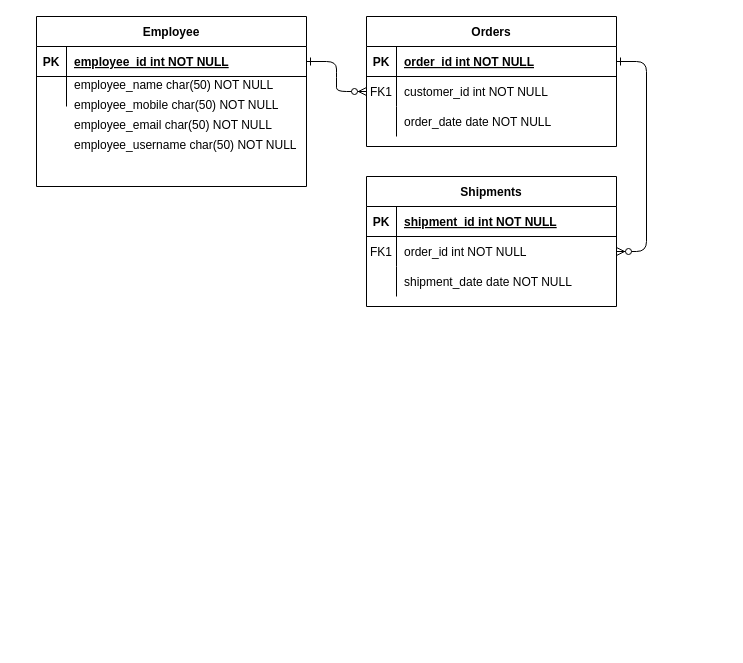
Earlier version of the draw.io diagram Untitled Diagram.drawio (rdazmn/FYP). Source tidied: cells renumbered, new cells numbered last; positions are measured from the earlier drawing's top-left corner, leaving out a move shared by most shapes. Both pictures are drawn from the tidied source at 100%, with x=0, y=0 at pixel (36, 16).
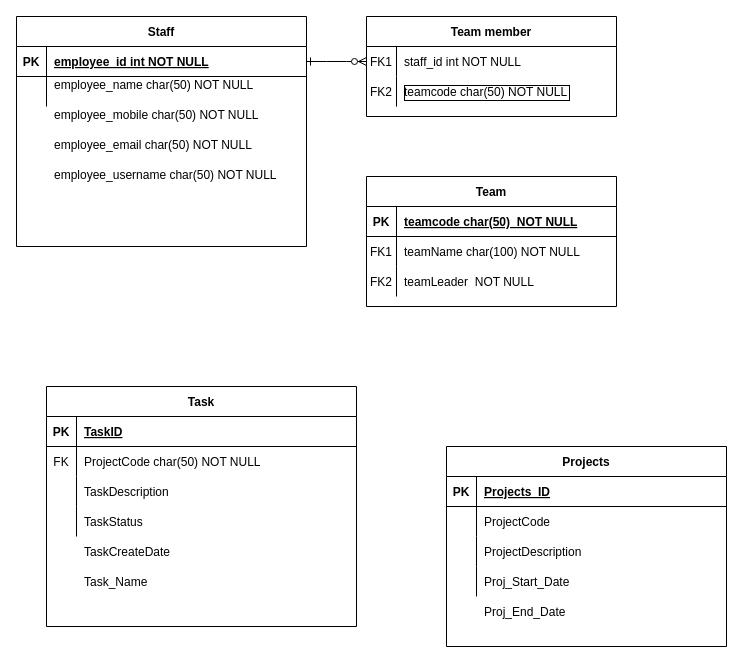
The same diagram, later.

Unchanged cells that the change refers to:
```xml
<mxCell id="15" style="shape=partialRectangle;fillColor=none;top=0;left=0;right=0;bottom=1;" parent="14" vertex="1">
  <mxGeometry y="30" width="250" height="30" as="geometry" />
</mxCell>
<mxCell id="18" style="shape=partialRectangle;fillColor=none;points=[[0,0.5],[1,0.5]];portConstraint=eastwest;top=0;left=0;right=0;bottom=0;" parent="14" vertex="1">
  <mxGeometry y="60" width="250" height="30" as="geometry" />
</mxCell>
<mxCell id="21" style="shape=partialRectangle;fillColor=none;top=0;left=0;right=0;bottom=0;" parent="14" vertex="1">
  <mxGeometry y="90" width="250" height="30" as="geometry" />
</mxCell>
```

What changed in the source:
```diff
@@
-    <mxCell id="3" style="edgeStyle=entityRelationEdgeStyle;endArrow=ERzeroToMany;startArrow=ERone;endFill=1;startFill=0;" parent="1" edge="1" source="5" target="18">
-      <mxGeometry relative="1" as="geometry" />
-    </mxCell>
-    <mxCell id="4" value="Orders" style="shape=table;startSize=30;childLayout=tableLayout;rowLines=0;fontStyle=1;align=center;" parent="1" vertex="1">
-      <mxGeometry x="330" width="250" height="130" as="geometry" />
+    <mxCell id="4" value="Team member" style="shape=table;startSize=30;childLayout=tableLayout;rowLines=0;fontStyle=1;align=center;" parent="1" vertex="1">
+      <mxGeometry x="330" width="250" height="100" as="geometry" />
     </mxCell>
-    <mxCell id="5" style="shape=partialRectangle;fillColor=none;points=[[0,0.5],[1,0.5]];portConstraint=eastwest;top=0;left=0;right=0;bottom=1;" parent="4" vertex="1">
-      <mxGeometry y="30" width="250" height="30" as="geometry" />
-    </mxCell>
-    <mxCell id="6" value="PK" style="shape=partialRectangle;overflow=hidden;fillColor=none;top=0;left=0;bottom=0;right=0;fontStyle=1;" parent="5" vertex="1">
-      <mxGeometry width="30" height="30" as="geometry" />
-    </mxCell>
-    <mxCell id="7" value="order_id int NOT NULL " style="shape=partialRectangle;overflow=hidden;fillColor=none;top=0;left=0;bottom=0;right=0;align=left;spacingLeft=6;fontStyle=5;" parent="5" vertex="1">
-      <mxGeometry x="30" width="220" height="30" as="geometry" />
-    </mxCell>
     <mxCell id="8" style="shape=partialRectangle;fillColor=none;points=[[0,0.5],[1,0.5]];portConstraint=eastwest;top=0;left=0;right=0;bottom=0;" parent="4" vertex="1">
-      <mxGeometry y="60" width="250" height="30" as="geometry" />
+      <mxGeometry y="30" width="250" height="30" as="geometry" />
     </mxCell>
@@
-    <mxCell id="10" value="customer_id int NOT NULL" style="shape=partialRectangle;overflow=hidden;fillColor=none;top=0;left=0;bottom=0;right=0;align=left;spacingLeft=6;" parent="8" vertex="1">
+    <mxCell id="10" value="staff_id int NOT NULL" style="shape=partialRectangle;overflow=hidden;fillColor=none;top=0;left=0;bottom=0;right=0;align=left;spacingLeft=6;" parent="8" vertex="1">
       <mxGeometry x="30" width="220" height="30" as="geometry" />
     </mxCell>
     <mxCell id="11" style="shape=partialRectangle;fillColor=none;top=0;left=0;right=0;bottom=0;" parent="4" vertex="1">
-      <mxGeometry y="90" width="250" height="30" as="geometry" />
+      <mxGeometry y="60" width="250" height="30" as="geometry" />
     </mxCell>
@@
-    <mxCell id="13" value="order_date date NOT NULL" style="shape=partialRectangle;overflow=hidden;fillColor=none;top=0;left=0;bottom=0;right=0;align=left;spacingLeft=6;" parent="11" vertex="1">
+    <mxCell id="13" value="teamcode char(50) NOT NULL" style="shape=partialRectangle;overflow=hidden;fillColor=none;top=0;left=0;bottom=0;right=0;align=left;spacingLeft=6;labelBorderColor=#000000;" parent="11" vertex="1">
       <mxGeometry x="30" width="220" height="30" as="geometry" />
     </mxCell>
-    <mxCell id="14" value="Shipments" style="shape=table;startSize=30;childLayout=tableLayout;rowLines=0;fontStyle=1;align=center;" parent="1" vertex="1">
+    <mxCell id="14" value="Team" style="shape=table;startSize=30;childLayout=tableLayout;rowLines=0;fontStyle=1;align=center;" parent="1" vertex="1">
       <mxGeometry x="330" y="160" width="250" height="130" as="geometry" />
     </mxCell>
@@
-    <mxCell id="17" value="shipment_id int NOT NULL " style="shape=partialRectangle;overflow=hidden;fillColor=none;top=0;left=0;bottom=0;right=0;align=left;spacingLeft=6;fontStyle=5;" parent="15" vertex="1">
+    <mxCell id="17" value="teamcode char(50)  NOT NULL " style="shape=partialRectangle;overflow=hidden;fillColor=none;top=0;left=0;bottom=0;right=0;align=left;spacingLeft=6;fontStyle=5;" parent="15" vertex="1">
       <mxGeometry x="30" width="220" height="30" as="geometry" />
     </mxCell>
@@
-    <mxCell id="20" value="order_id int NOT NULL" style="shape=partialRectangle;overflow=hidden;fillColor=none;top=0;left=0;bottom=0;right=0;align=left;spacingLeft=6;" parent="18" vertex="1">
+    <mxCell id="20" value="teamName char(100) NOT NULL" style="shape=partialRectangle;overflow=hidden;fillColor=none;top=0;left=0;bottom=0;right=0;align=left;spacingLeft=6;" parent="18" vertex="1">
       <mxGeometry x="30" width="220" height="30" as="geometry" />
     </mxCell>
@@
-    <mxCell id="23" value="shipment_date date NOT NULL" style="shape=partialRectangle;overflow=hidden;fillColor=none;top=0;left=0;bottom=0;right=0;align=left;spacingLeft=6;" parent="21" vertex="1">
+    <mxCell id="23" value="teamLeader  NOT NULL" style="shape=partialRectangle;overflow=hidden;fillColor=none;top=0;left=0;bottom=0;right=0;align=left;spacingLeft=6;" parent="21" vertex="1">
       <mxGeometry x="30" width="220" height="30" as="geometry" />
     </mxCell>
-    <mxCell id="24" value="Employee" style="shape=table;startSize=30;childLayout=tableLayout;rowLines=0;fontStyle=1;align=center;" parent="1" vertex="1">
-      <mxGeometry width="270" height="170" as="geometry" />
+    <mxCell id="24" value="Staff" style="shape=table;startSize=30;childLayout=tableLayout;rowLines=0;fontStyle=1;align=center;" parent="1" vertex="1">
+      <mxGeometry x="-20" width="290" height="230" as="geometry" />
     </mxCell>
     <mxCell id="25" style="shape=partialRectangle;fillColor=none;points=[[0,0.5],[1,0.5]];portConstraint=eastwest;top=0;left=0;right=0;bottom=1;" parent="24" vertex="1">
-      <mxGeometry y="30" width="270" height="30" as="geometry" />
+      <mxGeometry y="30" width="290" height="30" as="geometry" />
     </mxCell>
@@
     <mxCell id="27" value="employee_id int NOT NULL " style="shape=partialRectangle;overflow=hidden;fillColor=none;top=0;left=0;bottom=0;right=0;align=left;spacingLeft=6;fontStyle=5;" parent="25" vertex="1">
-      <mxGeometry x="30" width="240" height="30" as="geometry" />
+      <mxGeometry x="30" width="260" height="30" as="geometry" />
     </mxCell>
     <mxCell id="28" style="shape=partialRectangle;fillColor=none;top=0;left=0;right=0;bottom=0;" parent="24" vertex="1">
-      <mxGeometry y="60" width="270" height="30" as="geometry" />
+      <mxGeometry y="60" width="290" height="30" as="geometry" />
     </mxCell>
@@
     <mxCell id="30" value="employee_name char(50) NOT NULL&#10;" style="shape=partialRectangle;overflow=hidden;fillColor=none;top=0;left=0;bottom=0;right=0;align=left;spacingLeft=6;" parent="28" vertex="1">
-      <mxGeometry x="30" width="240" height="30" as="geometry" />
+      <mxGeometry x="30" width="260" height="30" as="geometry" />
     </mxCell>
     <mxCell id="31" value="employee_mobile char(50) NOT NULL&#10;" style="shape=partialRectangle;overflow=hidden;fillColor=none;top=0;left=0;bottom=0;right=0;align=left;spacingLeft=6;" parent="1" vertex="1">
-      <mxGeometry x="30" y="80" width="220" height="30" as="geometry" />
+      <mxGeometry x="10" y="90" width="220" height="30" as="geometry" />
     </mxCell>
     <mxCell id="32" value="employee_email char(50) NOT NULL&#10;" style="shape=partialRectangle;overflow=hidden;fillColor=none;top=0;left=0;bottom=0;right=0;align=left;spacingLeft=6;" parent="1" vertex="1">
-      <mxGeometry x="30" y="100" width="220" height="30" as="geometry" />
+      <mxGeometry x="10" y="120" width="220" height="30" as="geometry" />
     </mxCell>
     <mxCell id="33" value="employee_username char(50) NOT NULL&#10;" style="shape=partialRectangle;overflow=hidden;fillColor=none;top=0;left=0;bottom=0;right=0;align=left;spacingLeft=6;" parent="1" vertex="1">
-      <mxGeometry x="30" y="120" width="230" height="30" as="geometry" />
+      <mxGeometry x="10" y="150" width="230" height="30" as="geometry" />
     </mxCell>
+    <mxCell id="34" value="FK2" style="shape=partialRectangle;overflow=hidden;fillColor=none;top=0;left=0;bottom=0;right=0;" parent="1" vertex="1">
+      <mxGeometry x="330" y="60" width="30" height="30" as="geometry" />
+    </mxCell>
+    <mxCell id="35" value="Task" style="shape=table;startSize=30;childLayout=tableLayout;rowLines=0;fontStyle=1;align=center;" parent="1" vertex="1">
+      <mxGeometry x="10" y="370" width="310" height="240" as="geometry" />
+    </mxCell>
+    <mxCell id="36" style="shape=partialRectangle;fillColor=none;top=0;left=0;bottom=1;right=0;" parent="35" vertex="1">
+      <mxGeometry y="30" width="310" height="30" as="geometry" />
+    </mxCell>
+    <mxCell id="37" value="PK" style="shape=partialRectangle;fillColor=none;top=0;left=0;bottom=0;right=0;fontStyle=1;overflow=hidden;" parent="36" vertex="1">
+      <mxGeometry width="30" height="30" as="geometry" />
+    </mxCell>
+    <mxCell id="38" value="TaskID" style="shape=partialRectangle;fillColor=none;top=0;left=0;bottom=0;right=0;align=left;spacingLeft=6;fontStyle=5;overflow=hidden;" parent="36" vertex="1">
+      <mxGeometry x="30" width="280" height="30" as="geometry" />
+    </mxCell>
+    <mxCell id="39" style="shape=partialRectangle;fillColor=none;top=0;left=0;bottom=0;right=0;" parent="35" vertex="1">
+      <mxGeometry y="60" width="310" height="30" as="geometry" />
+    </mxCell>
+    <mxCell id="40" style="shape=partialRectangle;fillColor=none;top=0;left=0;bottom=0;right=0;overflow=hidden;" parent="39" vertex="1">
+      <mxGeometry width="30" height="30" as="geometry" />
+    </mxCell>
+    <mxCell id="41" value="ProjectCode char(50) NOT NULL " style="shape=partialRectangle;fillColor=none;top=0;left=0;bottom=0;right=0;align=left;spacingLeft=6;overflow=hidden;" parent="39" vertex="1">
+      <mxGeometry x="30" width="280" height="30" as="geometry" />
+    </mxCell>
+    <mxCell id="42" style="shape=partialRectangle;fillColor=none;top=0;left=0;bottom=0;right=0;" parent="35" vertex="1">
+      <mxGeometry y="90" width="310" height="30" as="geometry" />
+    </mxCell>
+    <mxCell id="43" style="shape=partialRectangle;fillColor=none;top=0;left=0;bottom=0;right=0;overflow=hidden;" parent="42" vertex="1">
+      <mxGeometry width="30" height="30" as="geometry" />
+    </mxCell>
+    <mxCell id="44" value="TaskDescription" style="shape=partialRectangle;fillColor=none;top=0;left=0;bottom=0;right=0;align=left;spacingLeft=6;overflow=hidden;" parent="42" vertex="1">
+      <mxGeometry x="30" width="280" height="30" as="geometry" />
+    </mxCell>
+    <mxCell id="45" style="shape=partialRectangle;fillColor=none;top=0;left=0;bottom=0;right=0;" parent="35" vertex="1">
+      <mxGeometry y="120" width="310" height="30" as="geometry" />
+    </mxCell>
+    <mxCell id="46" style="shape=partialRectangle;fillColor=none;top=0;left=0;bottom=0;right=0;overflow=hidden;" parent="45" vertex="1">
+      <mxGeometry width="30" height="30" as="geometry" />
+    </mxCell>
+    <mxCell id="47" value="TaskStatus" style="shape=partialRectangle;fillColor=none;top=0;left=0;bottom=0;right=0;align=left;spacingLeft=6;overflow=hidden;" parent="45" vertex="1">
+      <mxGeometry x="30" width="280" height="30" as="geometry" />
+    </mxCell>
+    <mxCell id="48" value="FK" style="shape=partialRectangle;fillColor=none;top=0;left=0;bottom=0;right=0;fontStyle=0;overflow=hidden;" parent="1" vertex="1">
+      <mxGeometry x="10" y="430" width="30" height="30" as="geometry" />
+    </mxCell>
+    <mxCell id="49" style="shape=partialRectangle;fillColor=none;top=0;left=0;bottom=0;right=0;" parent="1" vertex="1">
+      <mxGeometry x="10" y="520" width="310" height="30" as="geometry" />
+    </mxCell>
+    <mxCell id="50" style="shape=partialRectangle;fillColor=none;top=0;left=0;bottom=0;right=0;overflow=hidden;" parent="49" vertex="1">
+      <mxGeometry width="30" height="30" as="geometry" />
+    </mxCell>
+    <mxCell id="51" value="TaskCreateDate" style="shape=partialRectangle;fillColor=none;top=0;left=0;bottom=0;right=0;align=left;spacingLeft=6;overflow=hidden;" parent="49" vertex="1">
+      <mxGeometry x="30" width="280" height="30" as="geometry" />
+    </mxCell>
+    <mxCell id="52" value="Task_Name" style="shape=partialRectangle;fillColor=none;top=0;left=0;bottom=0;right=0;align=left;spacingLeft=6;overflow=hidden;" parent="1" vertex="1">
+      <mxGeometry x="40" y="550" width="280" height="30" as="geometry" />
+    </mxCell>
+    <mxCell id="53" value="FK2" style="shape=partialRectangle;overflow=hidden;fillColor=none;top=0;left=0;bottom=0;right=0;" parent="1" vertex="1">
+      <mxGeometry x="330" y="250" width="30" height="30" as="geometry" />
+    </mxCell>
+    <mxCell id="54" value="Projects" style="shape=table;startSize=30;childLayout=tableLayout;rowLines=0;fontStyle=1;align=center;" parent="1" vertex="1">
+      <mxGeometry x="410" y="430" width="280" height="200" as="geometry" />
+    </mxCell>
+    <mxCell id="55" style="shape=partialRectangle;fillColor=none;top=0;left=0;bottom=1;right=0;" parent="54" vertex="1">
+      <mxGeometry y="30" width="280" height="30" as="geometry" />
+    </mxCell>
+    <mxCell id="56" value="PK" style="shape=partialRectangle;fillColor=none;top=0;left=0;bottom=0;right=0;fontStyle=1;overflow=hidden;" parent="55" vertex="1">
+      <mxGeometry width="30" height="30" as="geometry" />
+    </mxCell>
+    <mxCell id="57" value="Projects_ID" style="shape=partialRectangle;fillColor=none;top=0;left=0;bottom=0;right=0;align=left;spacingLeft=6;fontStyle=5;overflow=hidden;" parent="55" vertex="1">
+      <mxGeometry x="30" width="250" height="30" as="geometry" />
+    </mxCell>
+    <mxCell id="58" style="shape=partialRectangle;fillColor=none;top=0;left=0;bottom=0;right=0;" parent="54" vertex="1">
+      <mxGeometry y="60" width="280" height="30" as="geometry" />
+    </mxCell>
+    <mxCell id="59" style="shape=partialRectangle;fillColor=none;top=0;left=0;bottom=0;right=0;overflow=hidden;" parent="58" vertex="1">
+      <mxGeometry width="30" height="30" as="geometry" />
+    </mxCell>
+    <mxCell id="60" value="ProjectCode" style="shape=partialRectangle;fillColor=none;top=0;left=0;bottom=0;right=0;align=left;spacingLeft=6;overflow=hidden;" parent="58" vertex="1">
+      <mxGeometry x="30" width="250" height="30" as="geometry" />
+    </mxCell>
+    <mxCell id="61" style="shape=partialRectangle;fillColor=none;top=0;left=0;bottom=0;right=0;" parent="54" vertex="1">
+      <mxGeometry y="90" width="280" height="30" as="geometry" />
+    </mxCell>
+    <mxCell id="62" style="shape=partialRectangle;fillColor=none;top=0;left=0;bottom=0;right=0;overflow=hidden;" parent="61" vertex="1">
+      <mxGeometry width="30" height="30" as="geometry" />
+    </mxCell>
+    <mxCell id="63" value="ProjectDescription" style="shape=partialRectangle;fillColor=none;top=0;left=0;bottom=0;right=0;align=left;spacingLeft=6;overflow=hidden;" parent="61" vertex="1">
+      <mxGeometry x="30" width="250" height="30" as="geometry" />
+    </mxCell>
+    <mxCell id="64" style="shape=partialRectangle;fillColor=none;top=0;left=0;bottom=0;right=0;" parent="54" vertex="1">
+      <mxGeometry y="120" width="280" height="30" as="geometry" />
+    </mxCell>
+    <mxCell id="65" style="shape=partialRectangle;fillColor=none;top=0;left=0;bottom=0;right=0;overflow=hidden;" parent="64" vertex="1">
+      <mxGeometry width="30" height="30" as="geometry" />
+    </mxCell>
+    <mxCell id="66" value="Proj_Start_Date" style="shape=partialRectangle;fillColor=none;top=0;left=0;bottom=0;right=0;align=left;spacingLeft=6;overflow=hidden;" parent="64" vertex="1">
+      <mxGeometry x="30" width="250" height="30" as="geometry" />
+    </mxCell>
+    <mxCell id="67" value="Proj_End_Date" style="shape=partialRectangle;fillColor=none;top=0;left=0;bottom=0;right=0;align=left;spacingLeft=6;overflow=hidden;" parent="1" vertex="1">
+      <mxGeometry x="440" y="580" width="250" height="30" as="geometry" />
+    </mxCell>
```
